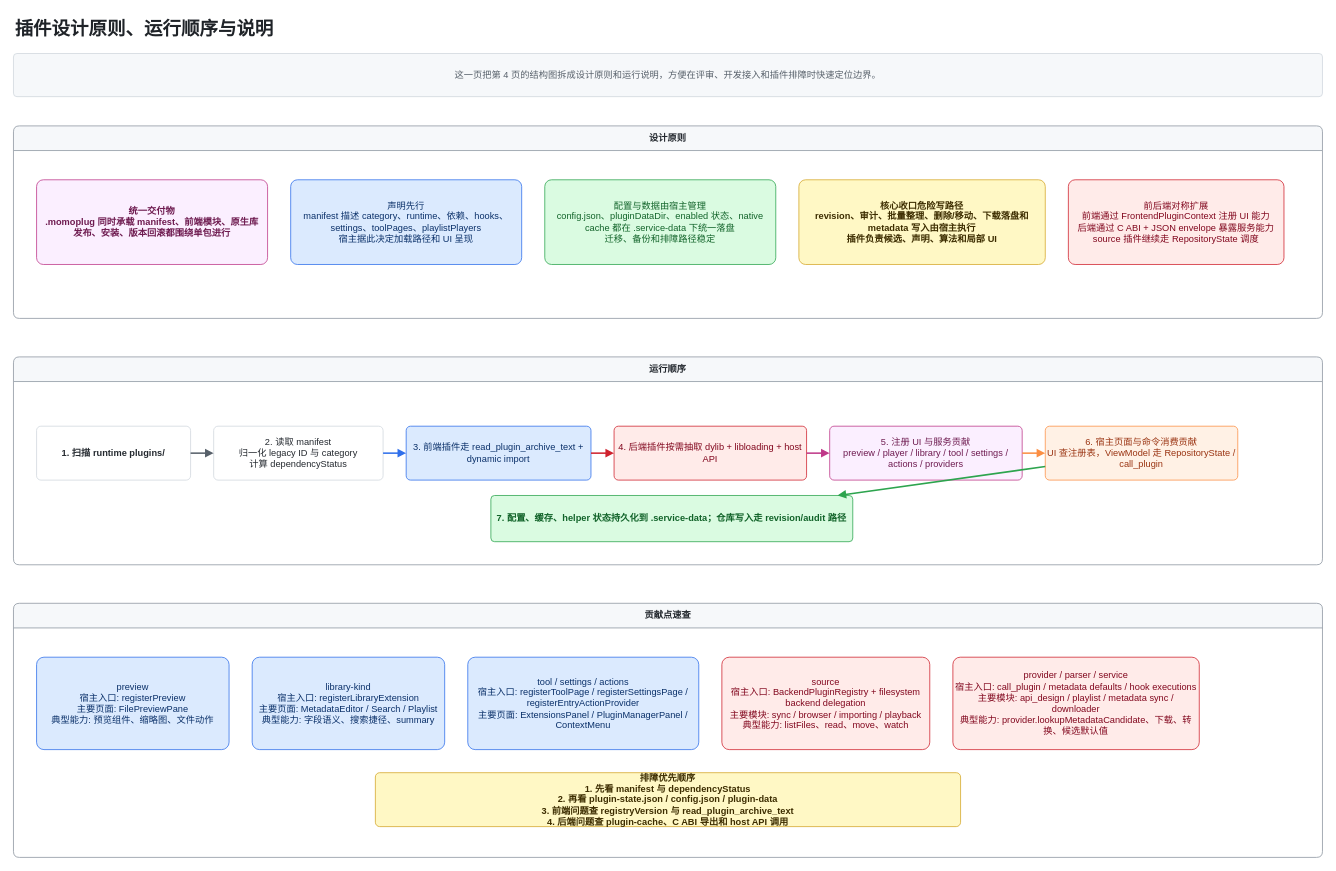
The draw.io diagram page "06 插件设计与说明" (6 of 6) of docs/project-architecture.drawio in sena-nana/MomoBako, before the edit. Source tidied: cells renumbered, new cells numbered last; positions are measured from the earlier drawing's top-left corner, leaving out a move shared by most shapes. Both pictures are drawn from the tidied source at 77%, with x=0, y=0 at pixel (13, 13).
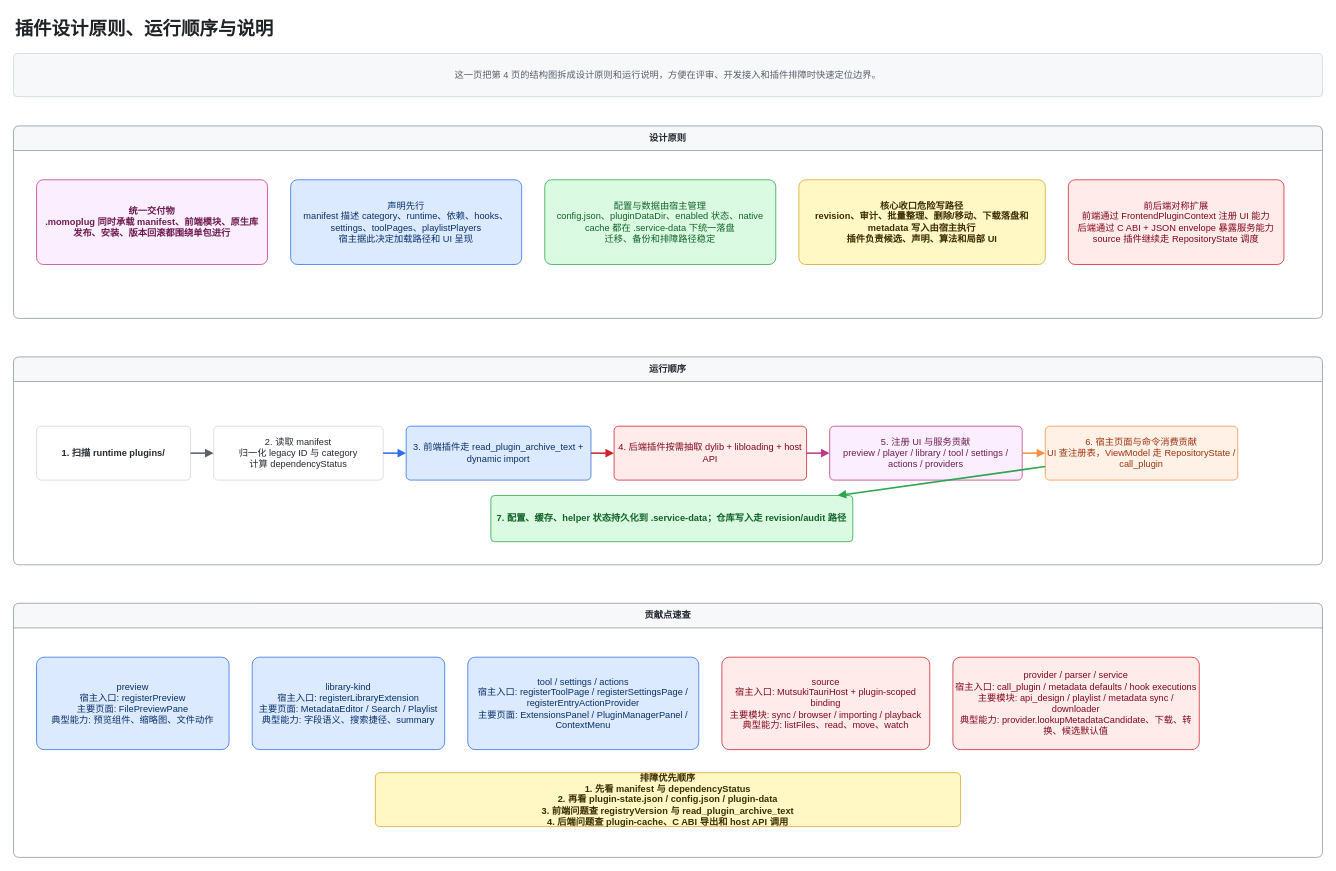
The same page after the edit.

The change refers to these unchanged cells:
```xml
<mxCell id="24" value="贡献点速查" style="swimlane;whiteSpace=wrap;html=1;rounded=1;startSize=32;fillColor=#f6f8fa;strokeColor=#8c959f;fontColor=#24292f;arcSize=8;fontStyle=1;" parent="1" vertex="1">
  <mxGeometry y="766" width="1700" height="330" as="geometry" />
</mxCell>
```

The edit, as a diff of the source:
```diff
@@
-    <mxCell id="28" value="source&#10;宿主入口: BackendPluginRegistry + filesystem backend delegation&#10;主要模块: sync / browser / importing / playback&#10;典型能力: listFiles、read、move、watch" style="rounded=1;whiteSpace=wrap;html=1;fillColor=#ffebe9;strokeColor=#cf222e;fontColor=#82071e;arcSize=8;" parent="24" vertex="1">
+    <mxCell id="28" value="source&#10;宿主入口: MutsukiTauriHost + plugin-scoped binding&#10;主要模块: sync / browser / importing / playback&#10;典型能力: listFiles、read、move、watch" style="rounded=1;whiteSpace=wrap;html=1;fillColor=#ffebe9;strokeColor=#cf222e;fontColor=#82071e;arcSize=8;" parent="24" vertex="1">
       <mxGeometry x="920" y="70" width="270" height="120" as="geometry" />
     </mxCell>
```
